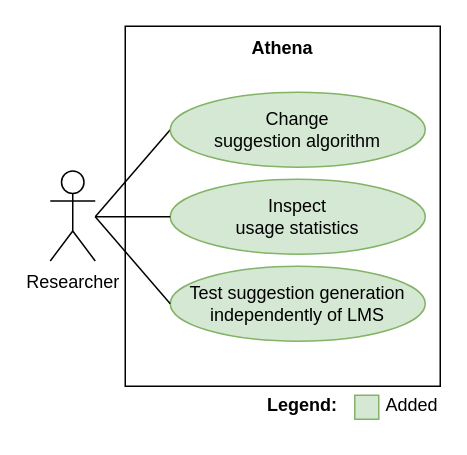
Earlier version of the draw.io diagram page "athena" (3 of 3) of figures/src/use-case.drawio (pal03377/master-thesis). Source tidied: cells renumbered, new cells numbered last; positions are measured from the earlier drawing's top-left corner, leaving out a move shared by most shapes. Both pictures are drawn from the tidied source at 150%, with x=0, y=0 at pixel (50, 26).
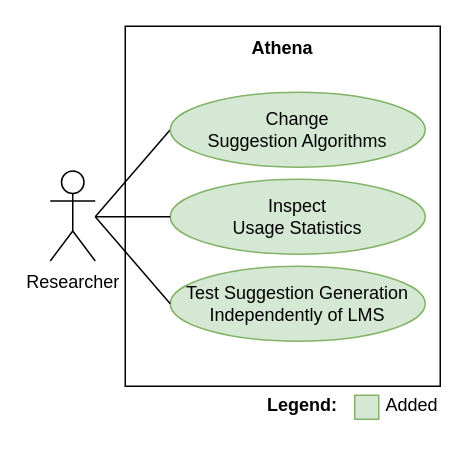
Above is the later version.

The edit, as a diff of the source:
```diff
@@
 <mxGraphModel>
   <root>
     <mxCell id="0" />
     <mxCell id="1" parent="0" />
     <mxCell id="2" style="rounded=0;whiteSpace=wrap;html=1;" parent="1" vertex="1">
       <mxGeometry x="50" width="210" height="240" as="geometry" />
     </mxCell>
     <mxCell id="3" value="Athena" style="text;html=1;strokeColor=none;fillColor=none;align=center;verticalAlign=middle;whiteSpace=wrap;rounded=0;fontStyle=1;" parent="1" vertex="1">
       <mxGeometry x="125" width="60" height="30" as="geometry" />
     </mxCell>
     <mxCell id="4" value="Researcher" style="shape=umlActor;verticalLabelPosition=bottom;verticalAlign=top;html=1;" parent="1" vertex="1">
       <mxGeometry y="96.5" width="30" height="60" as="geometry" />
     </mxCell>
     <mxCell id="5" style="edgeStyle=none;rounded=0;jettySize=auto;html=1;exitX=0;exitY=0.5;exitDx=0;exitDy=0;endArrow=none;endFill=0;" parent="1" edge="1" source="6">
       <mxGeometry relative="1" as="geometry">
         <mxPoint x="30" y="127" as="targetPoint" />
       </mxGeometry>
     </mxCell>
-    <mxCell id="6" value="Change&lt;br&gt;suggestion algorithm" style="ellipse;whiteSpace=wrap;html=1;fillColor=#d5e8d4;strokeColor=#82b366;" parent="1" vertex="1">
+    <mxCell id="6" value="Change&lt;br&gt;Suggestion Algorithms" style="ellipse;whiteSpace=wrap;html=1;fillColor=#d5e8d4;strokeColor=#82b366;" parent="1" vertex="1">
       <mxGeometry x="80" y="44" width="170" height="50" as="geometry" />
     </mxCell>
-    <mxCell id="7" value="Inspect&lt;br&gt;usage statistics" style="ellipse;whiteSpace=wrap;html=1;fillColor=#d5e8d4;strokeColor=#82b366;" parent="1" vertex="1">
+    <mxCell id="7" value="Inspect&lt;br&gt;Usage Statistics" style="ellipse;whiteSpace=wrap;html=1;fillColor=#d5e8d4;strokeColor=#82b366;" parent="1" vertex="1">
       <mxGeometry x="80" y="102" width="170" height="50" as="geometry" />
     </mxCell>
     <mxCell id="8" style="edgeStyle=none;rounded=0;jettySize=auto;html=1;exitX=0;exitY=0.5;exitDx=0;exitDy=0;endArrow=none;endFill=0;" parent="1" edge="1" source="7">
       <mxGeometry relative="1" as="geometry">
         <mxPoint x="30" y="127" as="targetPoint" />
       </mxGeometry>
     </mxCell>
-    <mxCell id="9" value="Test suggestion generation independently of LMS" style="ellipse;whiteSpace=wrap;html=1;fillColor=#d5e8d4;strokeColor=#82b366;" parent="1" vertex="1">
+    <mxCell id="9" value="Test Suggestion Generation Independently of LMS" style="ellipse;whiteSpace=wrap;html=1;fillColor=#d5e8d4;strokeColor=#82b366;" parent="1" vertex="1">
       <mxGeometry x="80" y="160" width="170" height="50" as="geometry" />
     </mxCell>
     <mxCell id="10" style="edgeStyle=none;rounded=0;jettySize=auto;html=1;exitX=0;exitY=0.5;exitDx=0;exitDy=0;endArrow=none;endFill=0;" parent="1" edge="1" source="9">
       <mxGeometry relative="1" as="geometry">
         <mxPoint x="30" y="127" as="targetPoint" />
       </mxGeometry>
     </mxCell>
     <mxCell id="11" value="Legend:" style="text;html=1;strokeColor=none;fillColor=none;align=left;verticalAlign=middle;whiteSpace=wrap;rounded=0;fontStyle=1;" parent="1" vertex="1">
       <mxGeometry x="143" y="238" width="60" height="30" as="geometry" />
     </mxCell>
     <mxCell id="12" style="rounded=0;whiteSpace=wrap;html=1;fillColor=#d5e8d4;strokeColor=#82b366;" parent="1" vertex="1">
       <mxGeometry x="203" y="246" width="16" height="16" as="geometry" />
     </mxCell>
     <mxCell id="13" value="Added" style="text;html=1;strokeColor=none;fillColor=none;align=left;verticalAlign=middle;whiteSpace=wrap;rounded=0;fontStyle=0;" parent="1" vertex="1">
       <mxGeometry x="222" y="238" width="38" height="30" as="geometry" />
     </mxCell>
   </root>
 </mxGraphModel>
```
